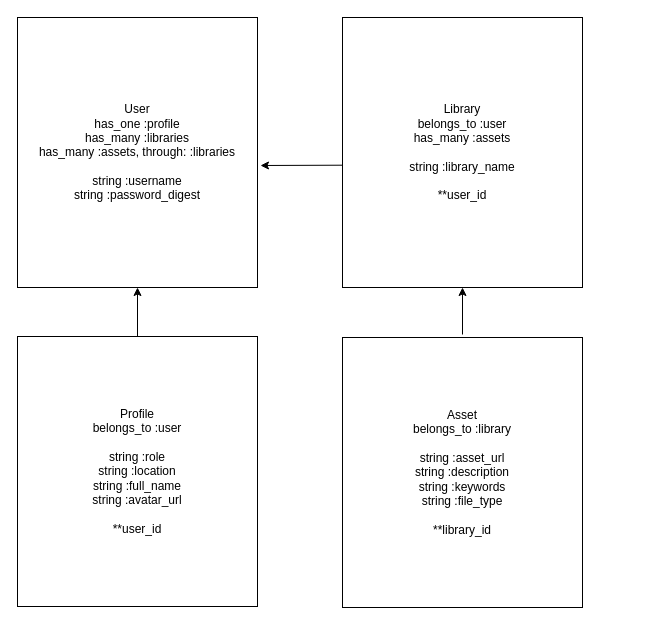
kkochie/asset-library keeps this draw.io diagram as phase4.drawio. Above is the earlier version. Source tidied: cells renumbered, new cells numbered last; positions are measured from the earlier drawing's top-left corner, leaving out a move shared by most shapes. Both pictures are drawn from the tidied source at 100%, with x=0, y=0 at pixel (17, 17).
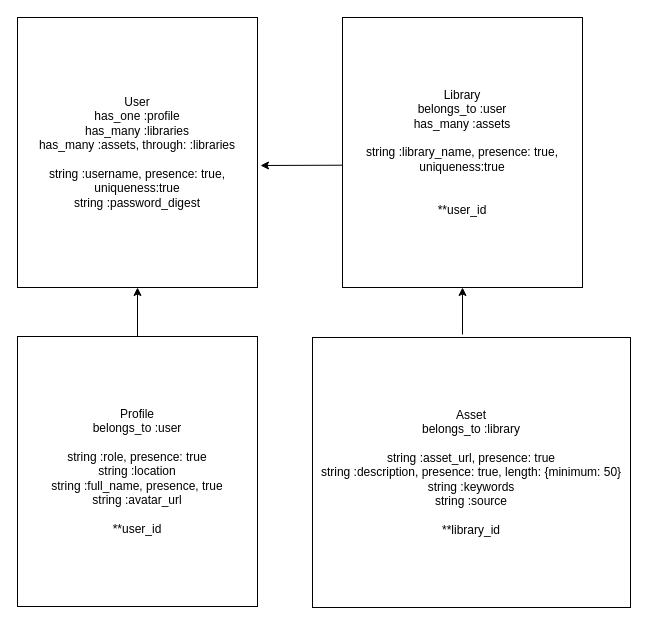
The same page after the edit.

What changed in the source:
```diff
@@
 <mxGraphModel>
   <root>
     <mxCell id="0" />
     <mxCell id="1" parent="0" />
-    <mxCell id="2" value="User&lt;br&gt;has_one :profile&lt;br&gt;has_many :libraries&lt;br&gt;has_many :assets, through: :libraries&lt;br&gt;&lt;br&gt;string :username&lt;br&gt;string :password_digest" style="whiteSpace=wrap;html=1;" parent="1" vertex="1">
+    <mxCell id="2" value="User&lt;br&gt;has_one :profile&lt;br&gt;has_many :libraries&lt;br&gt;has_many :assets, through: :libraries&lt;br&gt;&lt;br&gt;string :username, presence: true, uniqueness:true&lt;br&gt;string :password_digest" style="whiteSpace=wrap;html=1;" parent="1" vertex="1">
       <mxGeometry width="240" height="270" as="geometry" />
     </mxCell>
-    <mxCell id="3" value="Library&lt;br&gt;belongs_to :user&lt;br&gt;has_many :assets&lt;br&gt;&lt;br&gt;string :library_name&lt;br&gt;&lt;br&gt;**user_id" style="whiteSpace=wrap;html=1;" parent="1" vertex="1">
+    <mxCell id="3" value="Library&lt;br&gt;belongs_to :user&lt;br&gt;has_many :assets&lt;br&gt;&lt;br&gt;string :library_name, presence: true, uniqueness:true&lt;br&gt;&lt;br&gt;&lt;br&gt;**user_id" style="whiteSpace=wrap;html=1;" parent="1" vertex="1">
       <mxGeometry x="325" width="240" height="270" as="geometry" />
     </mxCell>
-    <mxCell id="4" value="Asset&lt;br&gt;belongs_to :library&lt;br&gt;&lt;br&gt;string :asset_url&lt;br&gt;string :description&lt;br&gt;string :keywords&lt;br&gt;string :file_type&lt;br&gt;&lt;br&gt;**library_id" style="whiteSpace=wrap;html=1;" parent="1" vertex="1">
-      <mxGeometry x="325" y="320" width="240" height="270" as="geometry" />
+    <mxCell id="4" value="Asset&lt;br&gt;belongs_to :library&lt;br&gt;&lt;br&gt;string :asset_url, presence: true&lt;br&gt;string :description, presence: true, length: {minimum: 50}&lt;br&gt;string :keywords&lt;br&gt;string :source&lt;br&gt;&lt;br&gt;**library_id" style="whiteSpace=wrap;html=1;" parent="1" vertex="1">
+      <mxGeometry x="295" y="320" width="318" height="270" as="geometry" />
     </mxCell>
     <mxCell id="5" style="edgeStyle=none;html=1;" parent="1" edge="1" source="6" target="2">
       <mxGeometry relative="1" as="geometry" />
     </mxCell>
-    <mxCell id="6" value="Profile&lt;br&gt;belongs_to :user&lt;br&gt;&lt;br&gt;string :role&lt;br&gt;string :location&lt;br&gt;string :full_name&lt;br&gt;string :avatar_url&lt;br&gt;&lt;br&gt;**user_id" style="whiteSpace=wrap;html=1;" parent="1" vertex="1">
+    <mxCell id="6" value="Profile&lt;br&gt;belongs_to :user&lt;br&gt;&lt;br&gt;string :role, presence: true&lt;br&gt;string :location&lt;br&gt;string :full_name, presence, true&lt;br&gt;string :avatar_url&lt;br&gt;&lt;br&gt;**user_id" style="whiteSpace=wrap;html=1;" parent="1" vertex="1">
       <mxGeometry y="319" width="240" height="270" as="geometry" />
     </mxCell>
     <mxCell id="7" style="endArrow=classic;html=1;exitX=0.001;exitY=0.547;exitDx=0;exitDy=0;exitPerimeter=0;" parent="1" edge="1" source="3">
       <mxGeometry relative="1" as="geometry">
         <mxPoint x="243" y="148" as="targetPoint" />
       </mxGeometry>
     </mxCell>
     <mxCell id="8" style="endArrow=classic;html=1;entryX=0.5;entryY=1;entryDx=0;entryDy=0;" parent="1" edge="1" target="3">
       <mxGeometry relative="1" as="geometry">
         <mxPoint x="445" y="317" as="sourcePoint" />
       </mxGeometry>
     </mxCell>
   </root>
 </mxGraphModel>
```
